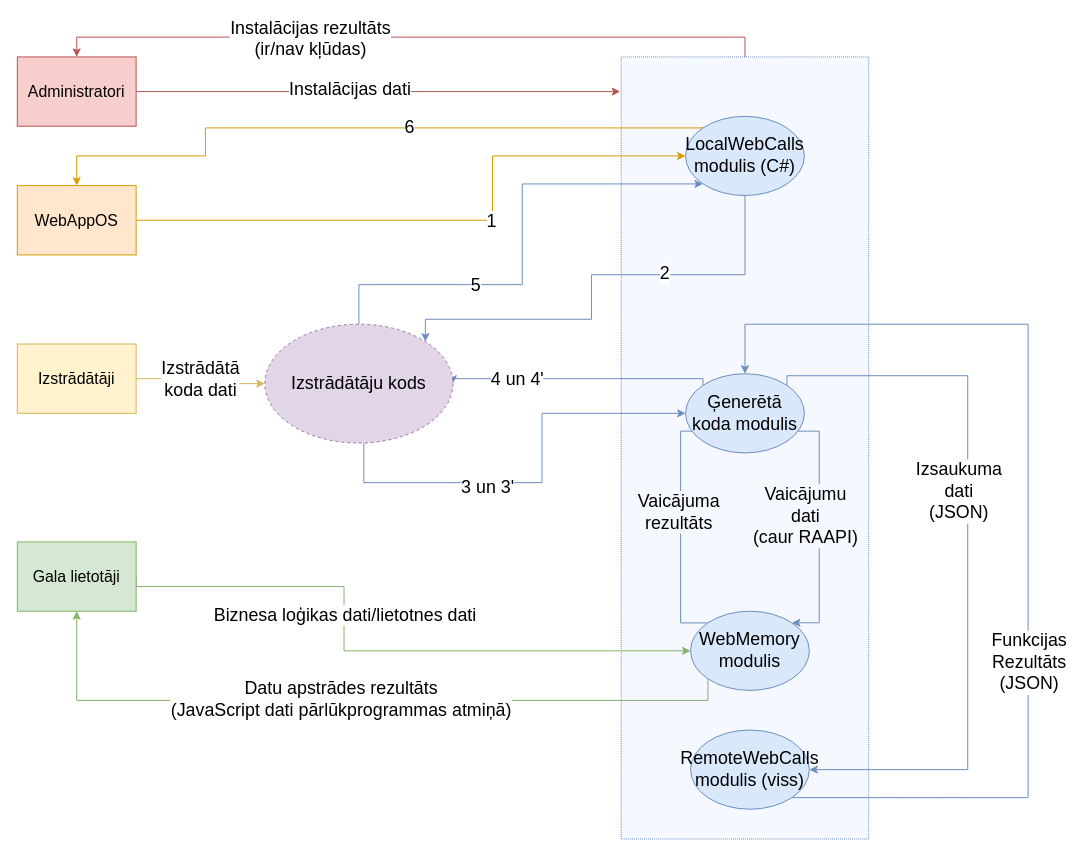
The draw.io diagram page "1. level part 2" (3 of 9) of src/Kvalifikacijas darbs/Diagrammas/DPD.drawio in artiks12/webAppOS, before the edit. Source tidied: cells renumbered, new cells numbered last; positions are measured from the earlier drawing's top-left corner, leaving out a move shared by most shapes. Both pictures are drawn from the tidied source at 99%, with x=0, y=0 at pixel (17, 56).
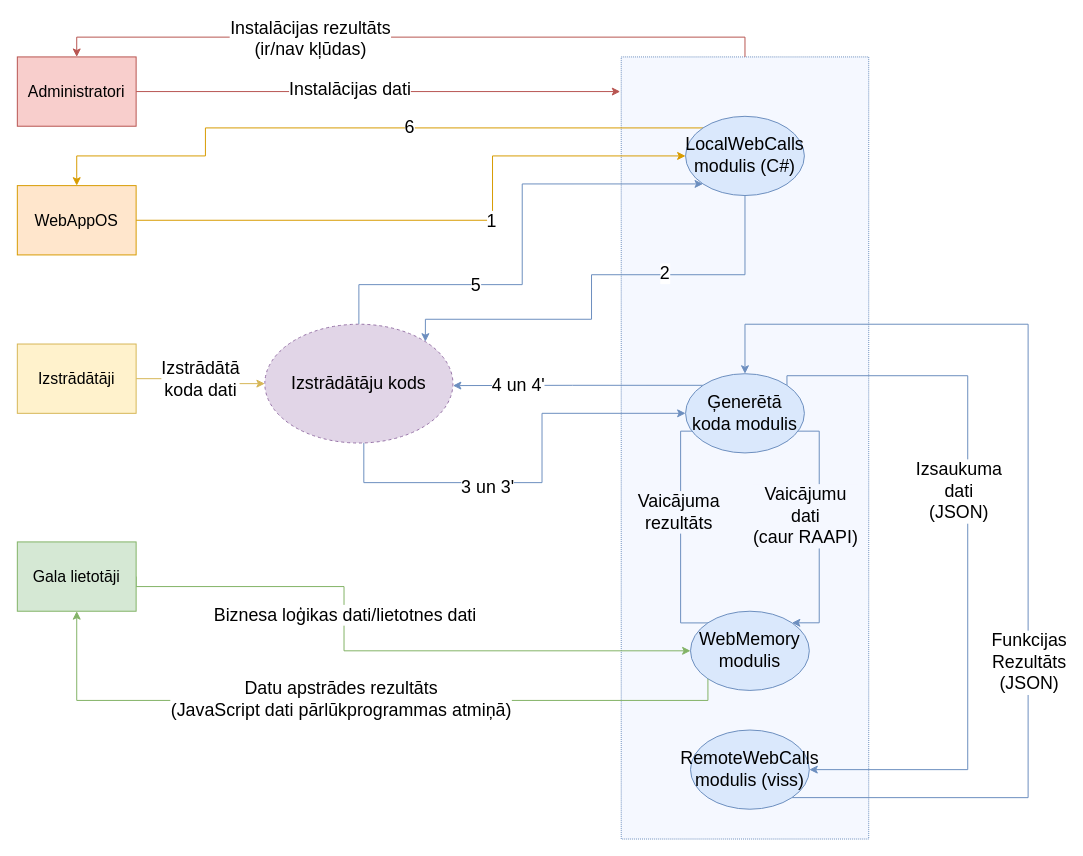
The same diagram, later.

Unchanged cells that the change refers to:
```xml
<mxCell id="25" value="&lt;span style=&quot;font-size: 18px&quot;&gt;Ģenerētā koda modulis&lt;/span&gt;" style="ellipse;whiteSpace=wrap;html=1;fillColor=#dae8fc;strokeColor=#6c8ebf;" parent="1" vertex="1">
  <mxGeometry x="675" y="320" width="120" height="80" as="geometry" />
</mxCell>
<mxCell id="41" value="&lt;span style=&quot;font-size: 18px&quot;&gt;Izstrādātāju kods&lt;/span&gt;" style="ellipse;whiteSpace=wrap;html=1;fillColor=#e1d5e7;strokeColor=#9673a6;dashed=1;" parent="1" vertex="1">
  <mxGeometry x="250" y="270" width="190" height="120" as="geometry" />
</mxCell>
```

What changed in the source:
```diff
@@
-    <mxCell id="23" style="edgeStyle=orthogonalEdgeStyle;rounded=0;jettySize=auto;html=1;exitX=0;exitY=0;exitDx=0;exitDy=0;entryX=1;entryY=0.5;entryDx=0;entryDy=0;fillColor=#dae8fc;strokeColor=#6c8ebf;" parent="1" edge="1" source="25" target="41">
+    <mxCell id="23" style="edgeStyle=orthogonalEdgeStyle;rounded=0;jettySize=auto;html=1;exitX=0;exitY=0;exitDx=0;exitDy=0;fillColor=#dae8fc;strokeColor=#6c8ebf;" parent="1" edge="1" source="25">
       <mxGeometry relative="1" as="geometry">
+        <mxPoint x="440" y="332" as="targetPoint" />
         <Array as="points">
-          <mxPoint x="693" y="325" />
+          <mxPoint x="561" y="332" />
+          <mxPoint x="561" y="332" />
         </Array>
       </mxGeometry>
     </mxCell>
```
